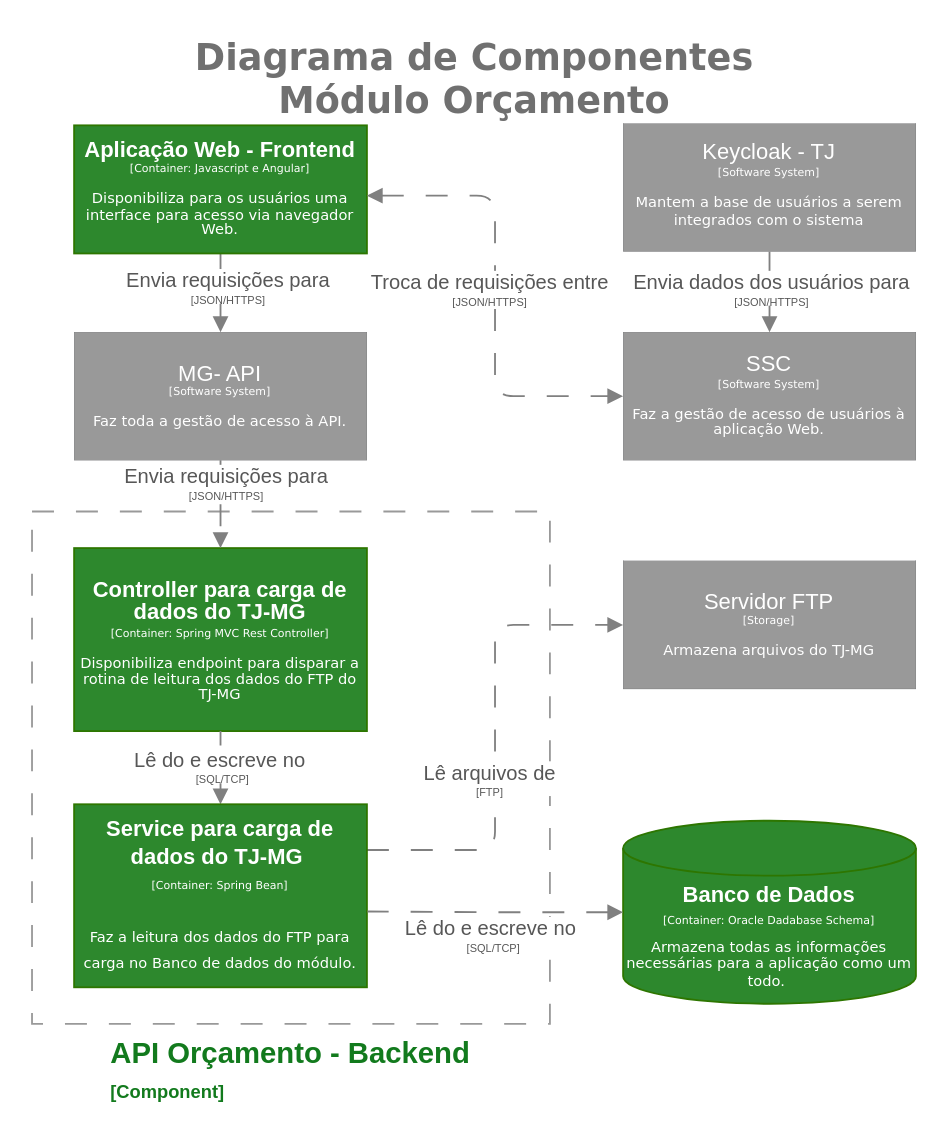
Before: drawio/Diagrama Components Orçamentário v1.drawio in vitorecdias/drawio, a draw.io diagram. Source tidied: cells renumbered, new cells numbered last; positions are measured from the earlier drawing's top-left corner, leaving out a move shared by most shapes. Both pictures are drawn from the tidied source at 183%, with x=0, y=0 at pixel (31, 31).
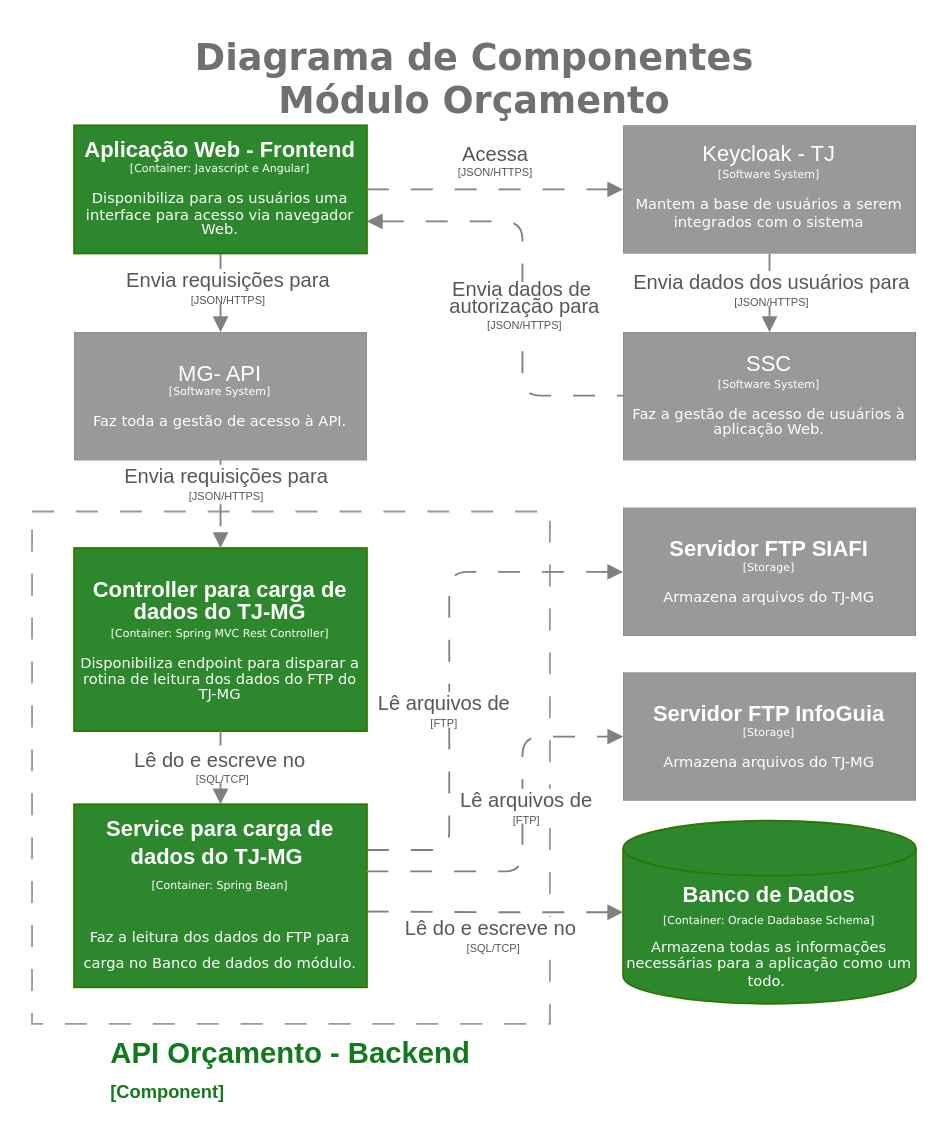
Above is the later version.

The change refers to these unchanged cells:
```xml
<mxCell id="6" value="&lt;div style=&quot;line-height: 70%;&quot;&gt;&lt;font&gt;&lt;b&gt;Aplicação Web - Frontend&lt;/b&gt;&lt;/font&gt;&lt;div&gt;&lt;font face=&quot;Verdana&quot; style=&quot;font-size: 6px; line-height: 70%;&quot;&gt;[Container: Javascript e Angular]&lt;/font&gt;&lt;/div&gt;&lt;div&gt;&lt;font face=&quot;Verdana&quot; style=&quot;font-size: 6px; line-height: 70%;&quot;&gt;&lt;br&gt;&lt;/font&gt;&lt;/div&gt;&lt;div&gt;&lt;font face=&quot;Verdana&quot; style=&quot;line-height: 70%; font-size: 8px;&quot;&gt;Disponibiliza para os usuários uma interface para acesso via navegador Web.&lt;/font&gt;&lt;/div&gt;&lt;/div&gt;" style="rounded=0;whiteSpace=wrap;html=1;fillColor=#2D882D;fontColor=#ffffff;strokeColor=#2D7600;" parent="1" vertex="1">
  <mxGeometry x="23" y="51" width="160" height="70" as="geometry" />
</mxCell>
<mxCell id="8" value="&lt;div style=&quot;line-height: 70%;&quot;&gt;SSC&lt;br&gt;&lt;div&gt;&lt;font style=&quot;font-size: 6px; line-height: 70%;&quot; face=&quot;Verdana&quot;&gt;[Software System]&lt;/font&gt;&lt;/div&gt;&lt;div&gt;&lt;font style=&quot;font-size: 6px; line-height: 70%;&quot; face=&quot;Verdana&quot;&gt;&lt;br&gt;&lt;/font&gt;&lt;/div&gt;&lt;div&gt;&lt;font style=&quot;line-height: 70%; font-size: 8px;&quot; face=&quot;Verdana&quot;&gt;Faz a gestão de acesso de usuários à aplicação Web.&lt;/font&gt;&lt;/div&gt;&lt;/div&gt;" style="rounded=0;whiteSpace=wrap;html=1;fillColor=light-dark(#999999,#515151);strokeColor=#36393d;fontColor=#FFFFFF;strokeWidth=0;" parent="1" vertex="1">
  <mxGeometry x="323" y="164" width="160" height="70" as="geometry" />
</mxCell>
<mxCell id="23" value="&lt;div&gt;&lt;div&gt;&lt;font&gt;&lt;b&gt;Service para carga de dados do TJ-MG&amp;nbsp;&lt;/b&gt;&lt;/font&gt;&lt;/div&gt;&lt;div&gt;&lt;font face=&quot;Verdana&quot; style=&quot;font-size: 6px;&quot;&gt;[Container: Spring Bean]&lt;/font&gt;&lt;/div&gt;&lt;div&gt;&lt;font face=&quot;Verdana&quot; style=&quot;font-size: 6px; line-height: 70%;&quot;&gt;&lt;br&gt;&lt;/font&gt;&lt;/div&gt;&lt;div&gt;&lt;font face=&quot;Verdana&quot; style=&quot;line-height: 70%; font-size: 8px;&quot;&gt;Faz a leitura dos dados do FTP para carga no Banco de dados do módulo.&lt;/font&gt;&lt;/div&gt;&lt;/div&gt;" style="rounded=0;whiteSpace=wrap;html=1;fillColor=#2D882D;fontColor=#ffffff;strokeColor=#2D7600;" parent="1" vertex="1">
  <mxGeometry x="23" y="422" width="160" height="100" as="geometry" />
</mxCell>
```

The edit, as a diff of the source:
```diff
@@
-    <mxCell id="15" style="edgeStyle=orthogonalEdgeStyle;rounded=1;jettySize=auto;html=1;curved=0;strokeColor=light-dark(#808080, #ededed);dashed=1;dashPattern=12 12;exitX=1;exitY=0.549;exitDx=0;exitDy=0;endArrow=block;endFill=1;startArrow=block;startFill=1;exitPerimeter=0;entryX=0;entryY=0.5;entryDx=0;entryDy=0;" parent="1" edge="1" source="6" target="8">
+    <mxCell id="15" style="edgeStyle=orthogonalEdgeStyle;rounded=1;jettySize=auto;html=1;curved=0;strokeColor=light-dark(#808080, #ededed);dashed=1;dashPattern=12 12;exitX=1;exitY=0.5;exitDx=0;exitDy=0;endArrow=block;endFill=1;startArrow=none;startFill=0;entryX=0;entryY=0.5;entryDx=0;entryDy=0;" parent="1" edge="1" source="6" target="17">
       <mxGeometry relative="1" as="geometry" />
     </mxCell>
-    <mxCell id="16" value="&lt;font style=&quot;color: rgb(87, 87, 87); line-height: 50%;&quot;&gt;Troca de requisições entre&lt;/font&gt;&lt;div style=&quot;line-height: 50%;&quot;&gt;&lt;font style=&quot;font-size: 6px; color: rgb(87, 87, 87); line-height: 50%;&quot;&gt;[JSON/HTTPS]&lt;/font&gt;&lt;/div&gt;" style="edgeLabel;html=1;align=center;verticalAlign=middle;" parent="15" vertex="1">
+    <mxCell id="16" value="&lt;div style=&quot;line-height: 70%;&quot;&gt;&lt;div&gt;&lt;font style=&quot;color: rgb(87, 87, 87);&quot;&gt;Acessa&lt;/font&gt;&lt;/div&gt;&lt;div&gt;&lt;font style=&quot;font-size: 6px; color: rgb(87, 87, 87); line-height: 70%;&quot;&gt;[JSON/HTTPS]&lt;/font&gt;&lt;/div&gt;&lt;/div&gt;" style="edgeLabel;html=1;align=center;verticalAlign=middle;" parent="15" vertex="1">
       <mxGeometry x="-0.14" relative="1" as="geometry">
-        <mxPoint x="-4" y="13" as="offset" />
+        <mxPoint x="9" y="-16" as="offset" />
       </mxGeometry>
     </mxCell>
     <mxCell id="17" value="&lt;div style=&quot;line-height: 70%;&quot;&gt;Keycloak - TJ&lt;br&gt;&lt;div&gt;&lt;font style=&quot;font-size: 6px; line-height: 70%;&quot; face=&quot;Verdana&quot;&gt;[Software System]&lt;/font&gt;&lt;/div&gt;&lt;div&gt;&lt;font style=&quot;font-size: 6px; line-height: 70%;&quot; face=&quot;Verdana&quot;&gt;&lt;br&gt;&lt;/font&gt;&lt;/div&gt;&lt;div&gt;&lt;font face=&quot;Verdana&quot;&gt;&lt;span style=&quot;font-size: 8px;&quot;&gt;Mantem a base de usuários a serem integrados com o sistema&lt;/span&gt;&lt;/font&gt;&lt;/div&gt;&lt;/div&gt;" style="rounded=0;whiteSpace=wrap;html=1;fillColor=light-dark(#999999,#515151);strokeColor=#36393d;fontColor=#FFFFFF;strokeWidth=0;" parent="1" vertex="1">
-      <mxGeometry x="323" y="50" width="160" height="70" as="geometry" />
+      <mxGeometry x="323" y="51" width="160" height="70" as="geometry" />
     </mxCell>
@@
-    <mxCell id="20" value="&lt;div style=&quot;line-height: 70%;&quot;&gt;Servidor FTP&lt;br&gt;&lt;div&gt;&lt;font style=&quot;font-size: 6px; line-height: 70%;&quot; face=&quot;Verdana&quot;&gt;[Storage]&lt;/font&gt;&lt;/div&gt;&lt;div&gt;&lt;font style=&quot;font-size: 6px; line-height: 70%;&quot; face=&quot;Verdana&quot;&gt;&lt;br&gt;&lt;/font&gt;&lt;/div&gt;&lt;div&gt;&lt;font style=&quot;line-height: 70%; font-size: 8px;&quot; face=&quot;Verdana&quot;&gt;Armazena arquivos do TJ-MG&lt;/font&gt;&lt;/div&gt;&lt;/div&gt;" style="rounded=0;whiteSpace=wrap;html=1;fillColor=light-dark(#999999,#515151);strokeColor=#36393d;fontColor=#FFFFFF;strokeWidth=0;" parent="1" vertex="1">
-      <mxGeometry x="323" y="289" width="160" height="70" as="geometry" />
+    <mxCell id="20" value="&lt;div style=&quot;line-height: 70%;&quot;&gt;&lt;b&gt;Servidor FTP SIAFI&lt;/b&gt;&lt;br&gt;&lt;div&gt;&lt;font style=&quot;font-size: 6px; line-height: 70%;&quot; face=&quot;Verdana&quot;&gt;[Storage]&lt;/font&gt;&lt;/div&gt;&lt;div&gt;&lt;font style=&quot;font-size: 6px; line-height: 70%;&quot; face=&quot;Verdana&quot;&gt;&lt;br&gt;&lt;/font&gt;&lt;/div&gt;&lt;div&gt;&lt;font style=&quot;line-height: 70%; font-size: 8px;&quot; face=&quot;Verdana&quot;&gt;Armazena arquivos do TJ-MG&lt;/font&gt;&lt;/div&gt;&lt;/div&gt;" style="rounded=0;whiteSpace=wrap;html=1;fillColor=light-dark(#999999,#515151);strokeColor=#36393d;fontColor=#FFFFFF;strokeWidth=0;" parent="1" vertex="1">
+      <mxGeometry x="323" y="260" width="160" height="70" as="geometry" />
     </mxCell>
     <mxCell id="21" style="edgeStyle=orthogonalEdgeStyle;rounded=1;jettySize=auto;html=1;curved=0;strokeColor=light-dark(#808080, #ededed);dashed=1;dashPattern=12 12;exitX=1;exitY=0.25;exitDx=0;exitDy=0;endArrow=block;endFill=1;entryX=0;entryY=0.5;entryDx=0;entryDy=0;" parent="1" edge="1" source="23" target="20">
-      <mxGeometry relative="1" as="geometry" />
+      <mxGeometry relative="1" as="geometry">
+        <Array as="points">
+          <mxPoint x="228" y="447" />
+          <mxPoint x="228" y="295" />
+        </Array>
+      </mxGeometry>
     </mxCell>
@@
+    <mxCell id="26" style="edgeStyle=orthogonalEdgeStyle;rounded=1;jettySize=auto;html=1;curved=0;strokeColor=light-dark(#808080, #ededed);dashed=1;dashPattern=12 12;exitX=1;exitY=0.75;exitDx=0;exitDy=0;endArrow=none;endFill=1;startArrow=block;startFill=1;entryX=0;entryY=0.5;entryDx=0;entryDy=0;" parent="1" edge="1" source="6">
+      <mxGeometry relative="1" as="geometry">
+        <mxPoint x="323" y="198.7" as="targetPoint" />
+        <Array as="points">
+          <mxPoint x="268" y="104" />
+          <mxPoint x="268" y="199" />
+        </Array>
+      </mxGeometry>
+    </mxCell>
+    <mxCell id="27" value="&lt;div style=&quot;line-height: 80%;&quot;&gt;&lt;div&gt;&lt;font style=&quot;color: rgb(87, 87, 87);&quot;&gt;Envia dados de&amp;nbsp;&lt;/font&gt;&lt;/div&gt;&lt;div&gt;&lt;font style=&quot;color: rgb(87, 87, 87);&quot;&gt;autorização para&lt;/font&gt;&lt;/div&gt;&lt;div&gt;&lt;font style=&quot;font-size: 6px; color: rgb(87, 87, 87); line-height: 80%;&quot;&gt;[JSON/HTTPS]&lt;/font&gt;&lt;/div&gt;&lt;/div&gt;" style="edgeLabel;html=1;align=center;verticalAlign=middle;" parent="26" vertex="1">
+      <mxGeometry x="-0.14" relative="1" as="geometry">
+        <mxPoint y="30" as="offset" />
+      </mxGeometry>
+    </mxCell>
+    <mxCell id="28" value="&lt;div style=&quot;line-height: 70%;&quot;&gt;&lt;b&gt;Servidor FTP InfoGuia&lt;br&gt;&lt;/b&gt;&lt;div&gt;&lt;font style=&quot;font-size: 6px; line-height: 70%;&quot; face=&quot;Verdana&quot;&gt;[Storage]&lt;/font&gt;&lt;/div&gt;&lt;div&gt;&lt;font style=&quot;font-size: 6px; line-height: 70%;&quot; face=&quot;Verdana&quot;&gt;&lt;br&gt;&lt;/font&gt;&lt;/div&gt;&lt;div&gt;&lt;font style=&quot;line-height: 70%; font-size: 8px;&quot; face=&quot;Verdana&quot;&gt;Armazena arquivos do TJ-MG&lt;/font&gt;&lt;/div&gt;&lt;/div&gt;" style="rounded=0;whiteSpace=wrap;html=1;fillColor=light-dark(#999999,#515151);strokeColor=#36393d;fontColor=#FFFFFF;strokeWidth=0;" parent="1" vertex="1">
+      <mxGeometry x="323" y="350" width="160" height="70" as="geometry" />
+    </mxCell>
+    <mxCell id="29" style="edgeStyle=orthogonalEdgeStyle;rounded=1;jettySize=auto;html=1;curved=0;strokeColor=light-dark(#808080, #ededed);dashed=1;dashPattern=12 12;exitX=0.998;exitY=0.367;exitDx=0;exitDy=0;endArrow=block;endFill=1;entryX=0;entryY=0.5;entryDx=0;entryDy=0;exitPerimeter=0;" parent="1" edge="1" source="23" target="28">
+      <mxGeometry relative="1" as="geometry">
+        <Array as="points">
+          <mxPoint x="268" y="459" />
+          <mxPoint x="268" y="385" />
+        </Array>
+      </mxGeometry>
+    </mxCell>
+    <mxCell id="30" value="&lt;font style=&quot;color: rgb(87, 87, 87); line-height: 50%;&quot;&gt;Lê arquivos de&lt;/font&gt;&lt;div style=&quot;line-height: 50%;&quot;&gt;&lt;font style=&quot;font-size: 6px; color: rgb(87, 87, 87); line-height: 50%;&quot;&gt;[FTP]&lt;/font&gt;&lt;/div&gt;" style="edgeLabel;html=1;align=center;verticalAlign=middle;" parent="29" vertex="1">
+      <mxGeometry x="-0.14" relative="1" as="geometry">
+        <mxPoint x="1" y="-30" as="offset" />
+      </mxGeometry>
+    </mxCell>
```
